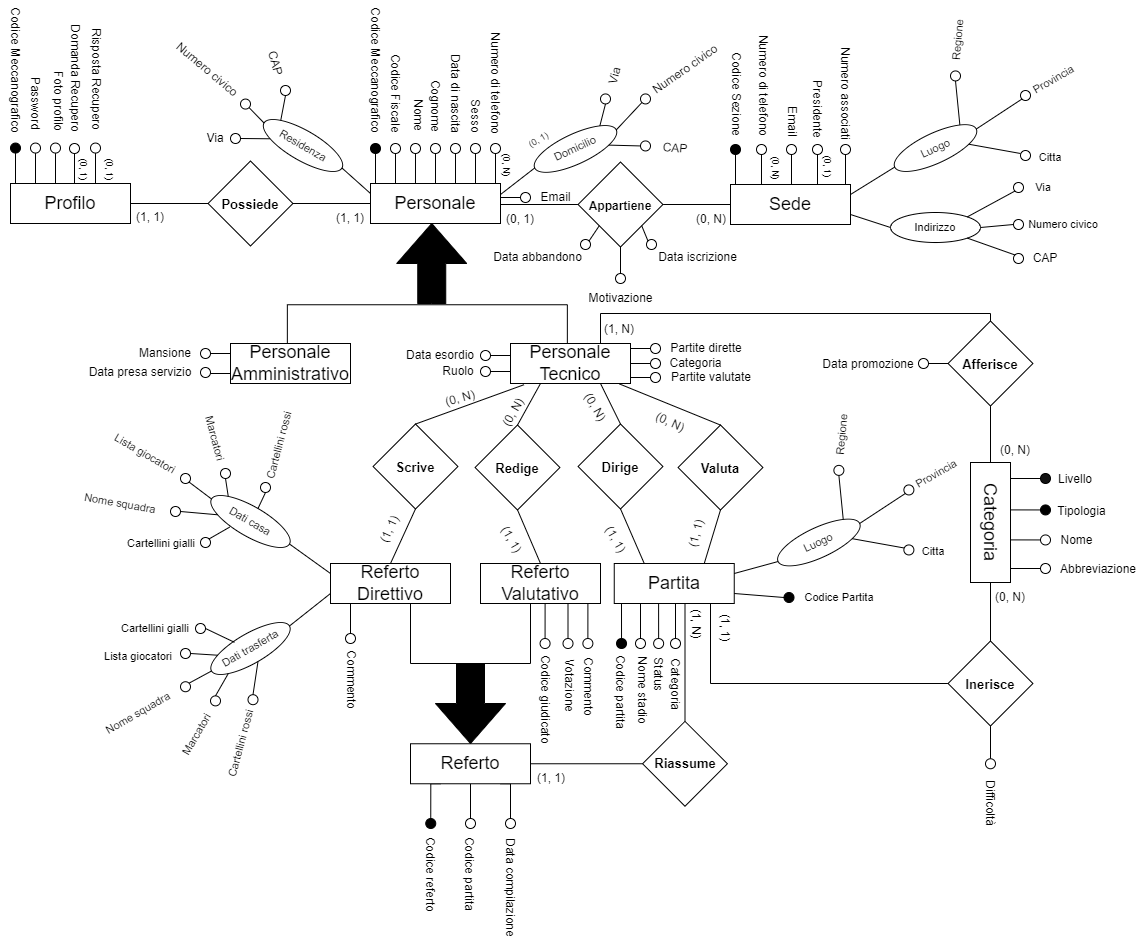
Earlier version of the draw.io export ERDiagram/WhistleER.drawio.png (savernike/DiagramsSet). Source tidied: cells renumbered, new cells last; positions are measured from the earlier drawing's top-left corner, leaving out a move shared by most shapes.
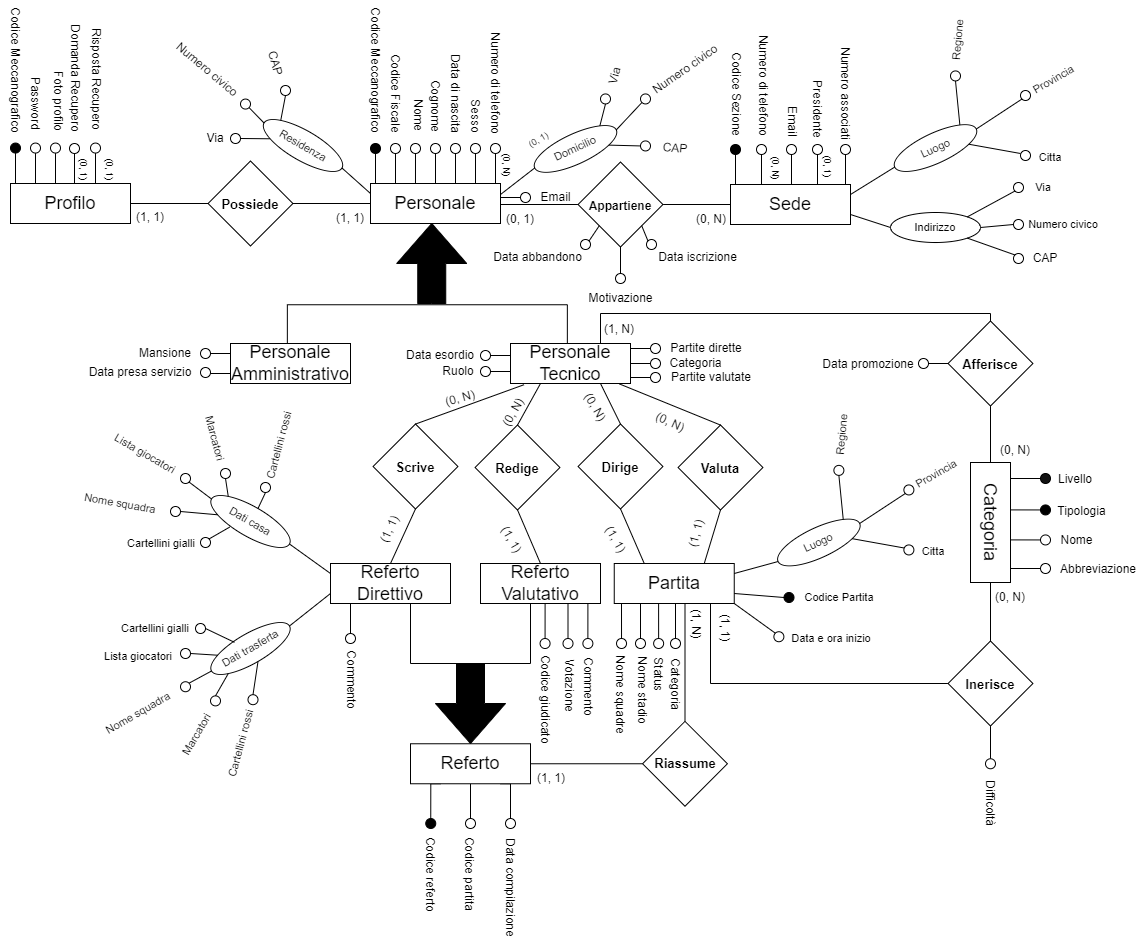
Later version of the same file.

Commit message:
Aggiornamento attributi Partita

What changed in the source:
```diff
@@ -921,11 +921,20 @@
     <mxCell id="300" value="Abbreviazione" style="text;strokeColor=none;align=center;fillColor=none;html=1;verticalAlign=middle;whiteSpace=wrap;rounded=0;rotation=0;" parent="1" vertex="1">
       <mxGeometry x="1111" y="534" width="84" height="21.4" as="geometry" />
     </mxCell>
-    <mxCell id="301" style="ellipse;whiteSpace=wrap;html=1;fontFamily=Helvetica;fontSize=11;fontColor=default;fillColor=#000000;" parent="1" vertex="1">
+    <mxCell id="301" style="ellipse;whiteSpace=wrap;html=1;fontFamily=Helvetica;fontSize=11;fontColor=default;fillColor=#FFFFFF;" parent="1" vertex="1">
       <mxGeometry x="671" y="614" width="10" height="10" as="geometry" />
     </mxCell>
-    <mxCell id="302" value="Codice partita" style="text;strokeColor=none;align=center;fillColor=none;html=1;verticalAlign=middle;whiteSpace=wrap;rounded=0;rotation=90;" parent="1" vertex="1">
-      <mxGeometry x="631.2" y="652.6" width="87.6" height="30" as="geometry" />
+    <mxCell id="302" value="Nome squadre" style="text;strokeColor=none;align=center;fillColor=none;html=1;verticalAlign=middle;whiteSpace=wrap;rounded=0;rotation=90;" parent="1" vertex="1">
+      <mxGeometry x="631.2" y="655.6" width="87.6" height="30" as="geometry" />
     </mxCell>
+    <mxCell id="303" style="ellipse;whiteSpace=wrap;html=1;fontFamily=Helvetica;fontSize=11;fontColor=default;" parent="1" vertex="1">
+      <mxGeometry x="828.4" y="607.2" width="10" height="10" as="geometry" />
+    </mxCell>
+    <mxCell id="304" style="endArrow=none;html=1;rounded=0;labelBackgroundColor=default;strokeColor=default;fontFamily=Helvetica;fontSize=12;fontColor=default;shape=connector;entryX=1;entryY=1;entryDx=0;entryDy=0;exitX=0;exitY=0;exitDx=0;exitDy=0;" parent="1" edge="1" source="303" target="150">
+      <mxGeometry relative="1" as="geometry" />
+    </mxCell>
+    <mxCell id="305" value="Data e ora inizio" style="text;strokeColor=none;align=center;fillColor=none;html=1;verticalAlign=middle;whiteSpace=wrap;rounded=0;fontSize=11;fontFamily=Helvetica;fontColor=default;rotation=0;" parent="1" vertex="1">
+      <mxGeometry x="838.4" y="599" width="95.6" height="30" as="geometry" />
+    </mxCell>
   </root>
 </mxGraphModel>
```
